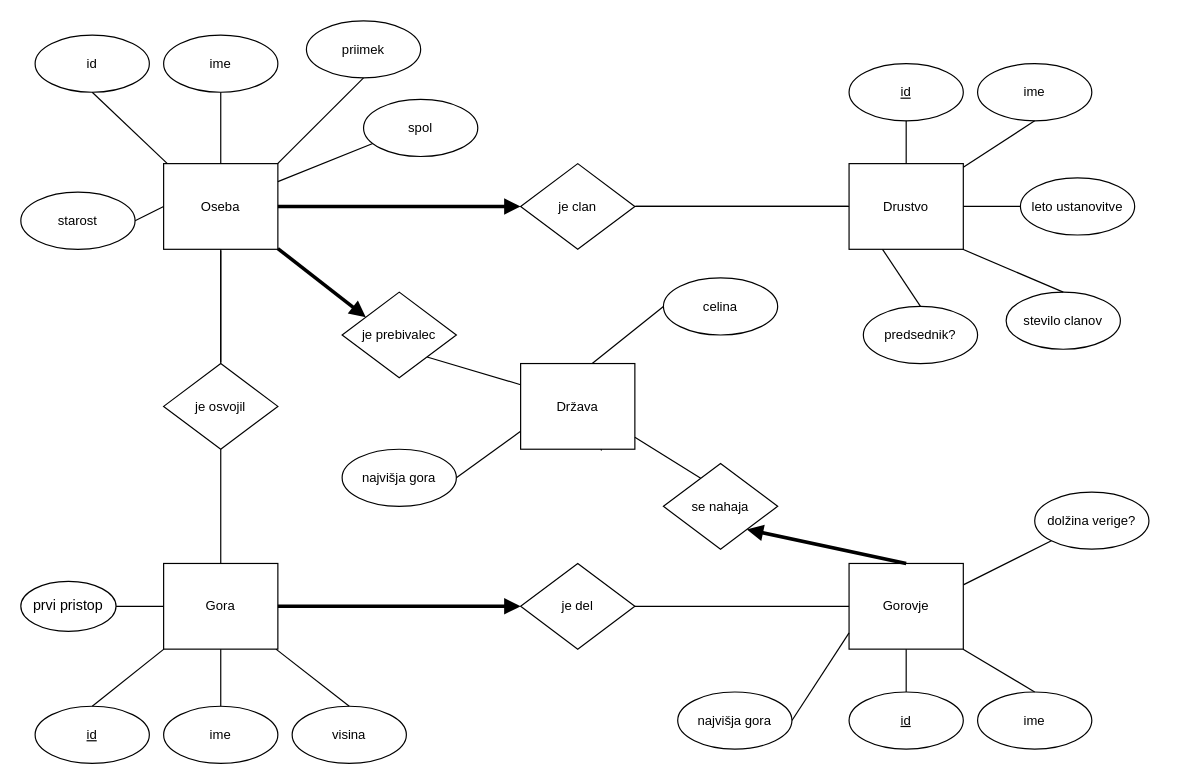
Above: Diagram/Pohodnistvo diagram.drawio in kokosinekm/Pohodnistvo (draw.io), before the change. Source tidied: cells renumbered, new cells numbered last; positions are measured from the earlier drawing's top-left corner, leaving out a move shared by most shapes. Both pictures are drawn from the tidied source at 119%, with x=0, y=0 at pixel (20, 20).
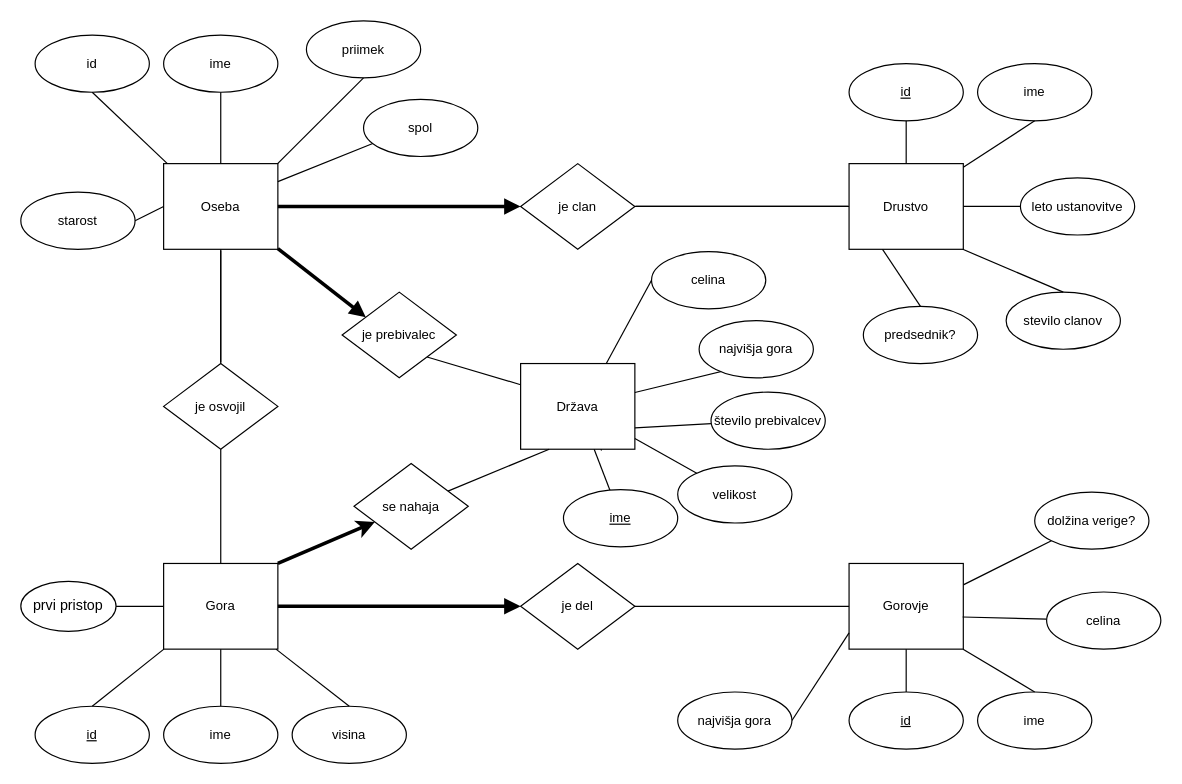
After the change.

Commit message (it also covers changes not shown here):
nov diagram

The change refers to these unchanged cells:
```xml
<mxCell id="18" value="Gora" style="html=1;whiteSpace=wrap;fontSize=11;fontColor=#000000;spacing=3;strokeOpacity=100;" parent="1" vertex="1">
  <mxGeometry x="120" y="456" width="96" height="72" as="geometry" />
</mxCell>
<mxCell id="31" value="Gorovje" style="html=1;whiteSpace=wrap;fontSize=11;fontColor=#000000;spacing=3;strokeOpacity=100;" parent="1" vertex="1">
  <mxGeometry x="696" y="456" width="96" height="72" as="geometry" />
</mxCell>
<mxCell id="41" value="Država" style="html=1;whiteSpace=wrap;fontSize=11;fontColor=#000000;spacing=3;strokeOpacity=100;" parent="1" vertex="1">
  <mxGeometry x="420" y="288" width="96" height="72" as="geometry" />
</mxCell>
```

What changed in the source:
```diff
@@
+    <mxCell id="66" style="rounded=0;jettySize=auto;html=1;exitX=1;exitY=0;exitDx=0;exitDy=0;strokeWidth=3;" parent="1" edge="1" source="18" target="43">
+      <mxGeometry relative="1" as="geometry" />
+    </mxCell>
@@
-    <mxCell id="43" value="se nahaja" style="html=1;whiteSpace=wrap;rhombus;fontSize=11;fontColor=#000000;spacing=3;strokeOpacity=100;" parent="1" vertex="1">
-      <mxGeometry x="540" y="372" width="96" height="72" as="geometry" />
-    </mxCell>
@@
-    <mxCell id="46" style="html=1;jettySize=18;fontSize=11;strokeOpacity=100;rounded=1;arcSize=0;startArrow=none;endArrow=none;exitX=1.00625;exitY=0.8645240294783444;exitPerimeter=1;entryX=0.32291666666666696;entryY=0.16666666666666638;entryPerimeter=1;" parent="1" edge="1" source="41" target="43">
-      <mxGeometry relative="1" as="geometry" />
-    </mxCell>
-    <mxCell id="47" style="html=1;jettySize=18;fontSize=11;strokeOpacity=100;rounded=1;arcSize=0;startArrow=none;endArrow=none;exitX=-0.00625005371627152;exitY=0.5;exitPerimeter=1;entryX=0.6286991349090997;entryY=-0.008333333333333274;entryPerimeter=1;" parent="1" edge="1" source="56" target="41">
+    <mxCell id="47" style="html=1;jettySize=18;fontSize=11;strokeOpacity=100;rounded=1;arcSize=0;startArrow=none;endArrow=none;exitX=-0.00625005371627152;exitY=0.5;exitPerimeter=1;entryX=0.75;entryY=0;entryDx=0;entryDy=0;" parent="1" edge="1" source="56" target="41">
       <mxGeometry relative="1" as="geometry" />
     </mxCell>
@@
-    <mxCell id="49" style="html=1;jettySize=18;fontSize=11;strokeOpacity=100;rounded=1;arcSize=0;startArrow=none;endArrow=none;exitX=1.0062500537162715;exitY=0.5;exitPerimeter=1;entryX=-0.00625;entryY=0.795006779379014;entryPerimeter=1;" parent="1" edge="1" source="57" target="41">
+    <mxCell id="49" style="html=1;jettySize=18;fontSize=11;strokeOpacity=100;rounded=1;arcSize=0;startArrow=none;endArrow=none;exitX=1.0062500537162715;exitY=0.5;exitPerimeter=1;" parent="1" edge="1" source="57" target="41">
       <mxGeometry relative="1" as="geometry" />
     </mxCell>
-    <mxCell id="50" style="html=1;jettySize=18;fontSize=11;strokeOpacity=100;strokeWidth=3;rounded=1;arcSize=0;startArrow=none;endArrow=block;endFill=1;exitX=0.5;exitY=-0.008333333333333333;exitPerimeter=1;entryX=0.7354613850220643;entryY=0.7749552816446025;entryPerimeter=1;" parent="1" edge="1" source="31" target="43">
-      <mxGeometry relative="1" as="geometry" />
-    </mxCell>
@@
     <mxCell id="56" value="celina" style="html=1;whiteSpace=wrap;ellipse;fontSize=11;fontColor=#000000;align=center;spacing=3;strokeOpacity=100;fillOpacity=100;fillColor=#ffffff;" parent="1" vertex="1">
-      <mxGeometry x="540" y="216" width="96" height="48" as="geometry" />
+      <mxGeometry x="530" y="194" width="96" height="48" as="geometry" />
     </mxCell>
     <mxCell id="57" value="najvišja gora" style="html=1;whiteSpace=wrap;ellipse;fontSize=11;fontColor=#000000;align=center;spacing=3;strokeOpacity=100;fillOpacity=100;fillColor=#ffffff;" parent="1" vertex="1">
-      <mxGeometry x="270" y="360" width="96" height="48" as="geometry" />
+      <mxGeometry x="570" y="252" width="96" height="48" as="geometry" />
     </mxCell>
@@
+    <mxCell id="67" style="edgeStyle=none;rounded=0;jettySize=auto;html=1;strokeWidth=1;entryX=0.25;entryY=1;entryDx=0;entryDy=0;endArrow=none;endFill=0;" parent="1" edge="1" source="43" target="41">
+      <mxGeometry relative="1" as="geometry" />
+    </mxCell>
+    <mxCell id="43" value="se nahaja" style="html=1;whiteSpace=wrap;rhombus;fontSize=11;fontColor=#000000;spacing=3;strokeOpacity=100;" parent="1" vertex="1">
+      <mxGeometry x="280" y="372" width="96" height="72" as="geometry" />
+    </mxCell>
+    <mxCell id="68" style="edgeStyle=none;rounded=0;jettySize=auto;html=1;entryX=0.994;entryY=0.625;entryDx=0;entryDy=0;entryPerimeter=0;endArrow=none;endFill=0;strokeWidth=1;" parent="1" edge="1" source="69" target="31">
+      <mxGeometry relative="1" as="geometry" />
+    </mxCell>
+    <mxCell id="69" value="celina" style="html=1;whiteSpace=wrap;ellipse;fontSize=11;fontColor=#000000;align=center;spacing=3;strokeOpacity=100;fillOpacity=100;fillColor=#ffffff;" parent="1" vertex="1">
+      <mxGeometry x="862" y="480" width="96" height="48" as="geometry" />
+    </mxCell>
+    <mxCell id="70" style="edgeStyle=none;rounded=0;jettySize=auto;html=1;entryX=1;entryY=0.75;entryDx=0;entryDy=0;endArrow=none;endFill=0;strokeWidth=1;" parent="1" edge="1" source="71" target="41">
+      <mxGeometry relative="1" as="geometry" />
+    </mxCell>
+    <mxCell id="71" value="število prebivalcev" style="html=1;whiteSpace=wrap;ellipse;fontSize=11;fontColor=#000000;align=center;spacing=3;strokeOpacity=100;fillOpacity=100;fillColor=#ffffff;" parent="1" vertex="1">
+      <mxGeometry x="580" y="312" width="96" height="48" as="geometry" />
+    </mxCell>
+    <mxCell id="72" style="edgeStyle=none;rounded=0;jettySize=auto;html=1;endArrow=none;endFill=0;strokeWidth=1;" parent="1" edge="1" source="73" target="41">
+      <mxGeometry relative="1" as="geometry" />
+    </mxCell>
+    <mxCell id="73" value="velikost" style="html=1;whiteSpace=wrap;ellipse;fontSize=11;fontColor=#000000;align=center;spacing=3;strokeOpacity=100;fillOpacity=100;fillColor=#ffffff;" parent="1" vertex="1">
+      <mxGeometry x="552" y="374" width="96" height="48" as="geometry" />
+    </mxCell>
+    <mxCell id="74" style="edgeStyle=none;rounded=0;jettySize=auto;html=1;endArrow=none;endFill=0;strokeWidth=1;" parent="1" edge="1" source="75" target="41">
+      <mxGeometry relative="1" as="geometry" />
+    </mxCell>
+    <mxCell id="75" value="&lt;u&gt;ime&lt;/u&gt;" style="html=1;whiteSpace=wrap;ellipse;fontSize=11;fontColor=#000000;align=center;spacing=3;strokeOpacity=100;fillOpacity=100;fillColor=#ffffff;" parent="1" vertex="1">
+      <mxGeometry x="456" y="394" width="96" height="48" as="geometry" />
+    </mxCell>
```
